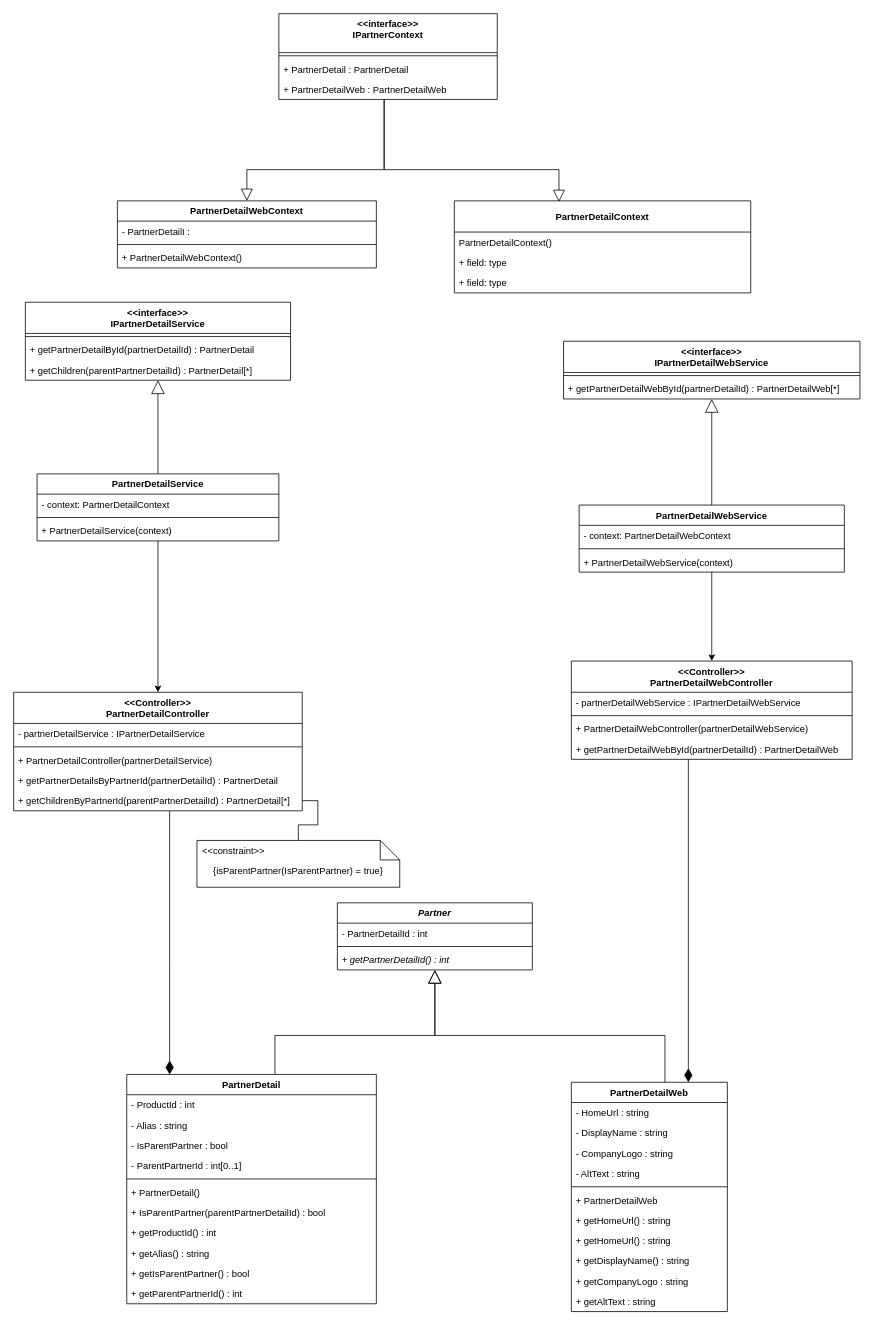
This is ClassDiagramForDisplayRules.drawio from learningCurve89/WorkBasedPortfolios, a draw.io file, before an edit. Source tidied: cells renumbered, new cells numbered last; positions are measured from the earlier drawing's top-left corner, leaving out a move shared by most shapes. Both pictures are drawn from the tidied source at 78%, with x=0, y=0 at pixel (13, 13).
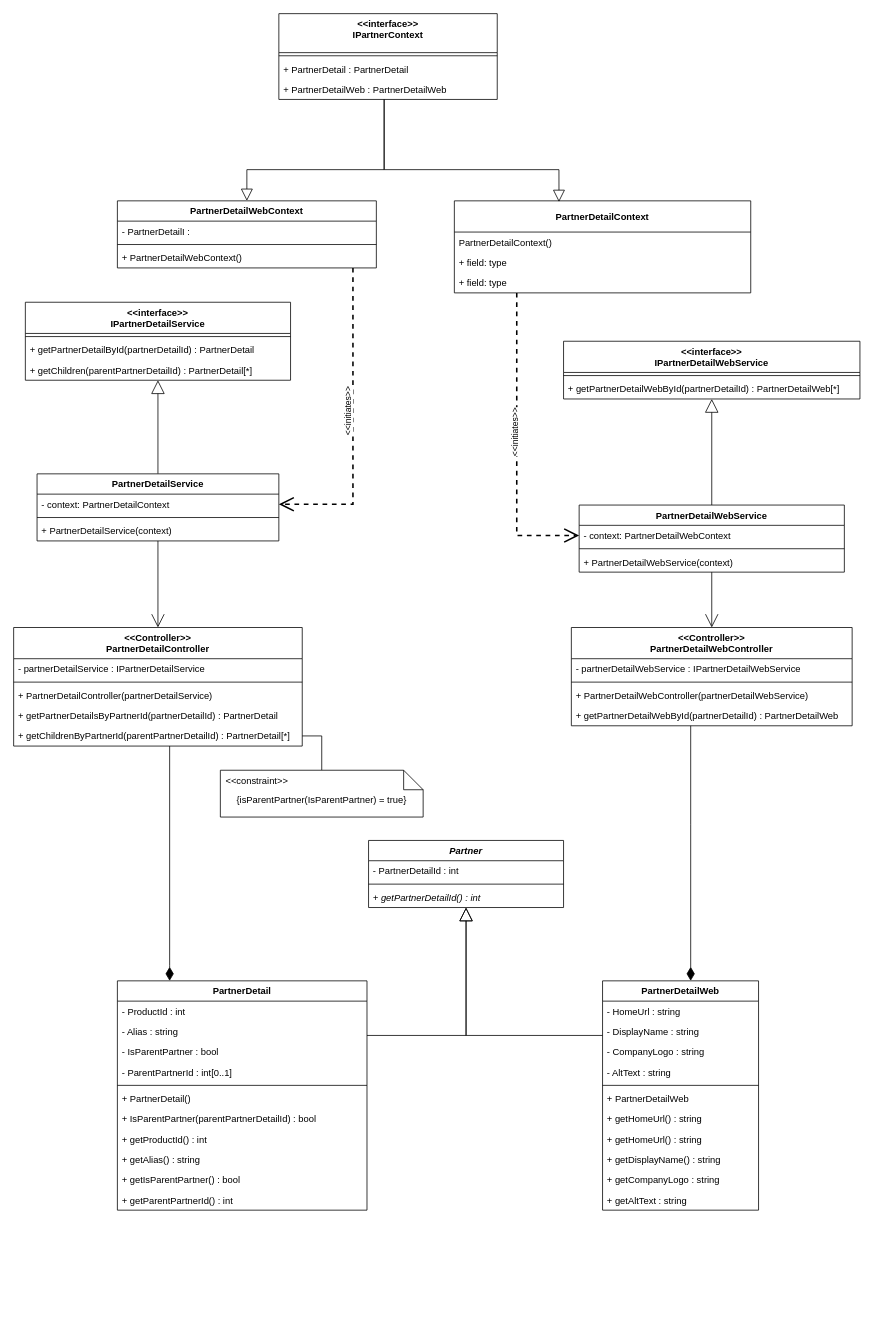
After the change.

The change refers to these unchanged cells:
```xml
<mxCell id="64" value="PartnerDetailService" style="swimlane;fontStyle=1;align=center;verticalAlign=top;horizontal=1;startSize=26;" parent="1" vertex="1">
  <mxGeometry x="30" y="590" width="310" height="86" as="geometry" />
</mxCell>
<mxCell id="65" value="- context: PartnerDetailContext" style="text;strokeColor=none;fillColor=none;align=left;verticalAlign=top;spacingLeft=4;spacingRight=4;overflow=hidden;points=[[0,0.5],[1,0.5]];portConstraint=eastwest;" parent="64" vertex="1">
  <mxGeometry y="26" width="310" height="26" as="geometry" />
</mxCell>
<mxCell id="69" value="PartnerDetailWebService" style="swimlane;fontStyle=1;align=center;verticalAlign=top;horizontal=1;startSize=26;" parent="1" vertex="1">
  <mxGeometry x="725" y="630" width="340" height="86" as="geometry" />
</mxCell>
<mxCell id="70" value="- context: PartnerDetailWebContext" style="text;strokeColor=none;fillColor=none;align=left;verticalAlign=top;spacingLeft=4;spacingRight=4;overflow=hidden;points=[[0,0.5],[1,0.5]];portConstraint=eastwest;" parent="69" vertex="1">
  <mxGeometry y="26" width="340" height="26" as="geometry" />
</mxCell>
<mxCell id="73" value="PartnerDetailContext" style="swimlane;fontStyle=1;horizontal=1;startSize=40;fillColor=none;" parent="1" vertex="1">
  <mxGeometry x="565" y="240" width="380" height="118" as="geometry" />
</mxCell>
<mxCell id="77" value="PartnerDetailWebContext" style="swimlane;fontStyle=1;align=center;verticalAlign=top;horizontal=1;startSize=26;" parent="1" vertex="1">
  <mxGeometry x="133" y="240" width="332" height="86" as="geometry" />
</mxCell>
```

The edit, as a diff of the source:
```diff
@@
     <mxCell id="2" value="PartnerDetail" style="swimlane;fontStyle=1;align=center;verticalAlign=top;horizontal=1;startSize=26;" parent="1" vertex="1">
-      <mxGeometry x="145" y="1360" width="320" height="294" as="geometry" />
+      <mxGeometry x="133" y="1240" width="320" height="294" as="geometry" />
     </mxCell>
@@
-    <mxCell id="14" style="edgeStyle=orthogonalEdgeStyle;rounded=0;jettySize=auto;html=1;entryX=0.75;entryY=0;entryDx=0;entryDy=0;endArrow=diamondThin;endFill=1;endSize=15;strokeWidth=1;" parent="1" edge="1" source="15" target="20">
+    <mxCell id="14" style="edgeStyle=orthogonalEdgeStyle;rounded=0;jettySize=auto;html=1;endArrow=diamondThin;endFill=1;endSize=15;strokeWidth=1;" parent="1" edge="1" source="15" target="20">
       <mxGeometry relative="1" as="geometry">
         <Array as="points">
-          <mxPoint x="865" y="1010" />
-          <mxPoint x="865" y="1010" />
+          <mxPoint x="868" y="1040" />
+          <mxPoint x="868" y="1040" />
         </Array>
       </mxGeometry>
     </mxCell>
     <mxCell id="15" value="&lt;&lt;Controller&gt;&gt;&#10;PartnerDetailWebController" style="swimlane;fontStyle=1;align=center;verticalAlign=top;horizontal=1;startSize=40;" parent="1" vertex="1">
-      <mxGeometry x="715" y="830" width="360" height="126" as="geometry" />
+      <mxGeometry x="715" y="787" width="360" height="126" as="geometry" />
     </mxCell>
@@
     <mxCell id="20" value="PartnerDetailWeb" style="swimlane;fontStyle=1;align=center;verticalAlign=top;horizontal=1;startSize=26;" parent="1" vertex="1">
-      <mxGeometry x="715" y="1370" width="200" height="294" as="geometry" />
+      <mxGeometry x="755" y="1240" width="200" height="294" as="geometry" />
     </mxCell>
@@
     <mxCell id="32" value="Partner" style="swimlane;fontStyle=3;align=center;verticalAlign=top;horizontal=1;startSize=26;" parent="1" vertex="1">
-      <mxGeometry x="415" y="1140" width="250" height="86" as="geometry" />
+      <mxGeometry x="455" y="1060" width="250" height="86" as="geometry" />
     </mxCell>
@@
     <mxCell id="39" value="&lt;&lt;Controller&gt;&gt;&#10;PartnerDetailController" style="swimlane;fontStyle=1;align=center;verticalAlign=top;horizontal=1;startSize=40;" parent="1" vertex="1">
-      <mxGeometry y="870" width="370" height="152" as="geometry" />
+      <mxGeometry y="787" width="370" height="152" as="geometry" />
     </mxCell>
@@
     <mxCell id="46" value="{isParentPartner(IsParentPartner) = true}" style="shape=note2;boundedLbl=1;whiteSpace=wrap;html=1;size=25;verticalAlign=top;align=center;" parent="1" vertex="1">
-      <mxGeometry x="235" y="1060" width="260" height="60" as="geometry" />
+      <mxGeometry x="265" y="970" width="260" height="60" as="geometry" />
     </mxCell>
@@
-    <mxCell id="63" style="edgeStyle=orthogonalEdgeStyle;rounded=0;jettySize=auto;html=1;" parent="1" edge="1" source="64" target="39">
+    <mxCell id="63" style="edgeStyle=orthogonalEdgeStyle;rounded=0;jettySize=auto;html=1;endSize=15;endArrow=open;endFill=0;" parent="1" edge="1" source="64" target="39">
       <mxGeometry relative="1" as="geometry" />
     </mxCell>
@@
-    <mxCell id="68" style="edgeStyle=orthogonalEdgeStyle;rounded=0;jettySize=auto;html=1;" parent="1" edge="1" source="69" target="15">
+    <mxCell id="68" style="edgeStyle=orthogonalEdgeStyle;rounded=0;jettySize=auto;html=1;endSize=15;endArrow=open;endFill=0;" parent="1" edge="1" source="69" target="15">
       <mxGeometry relative="1" as="geometry" />
     </mxCell>
@@
+    <mxCell id="81" style="edgeStyle=orthogonalEdgeStyle;rounded=0;jettySize=auto;html=1;entryX=0;entryY=0.5;entryDx=0;entryDy=0;dashed=1;endArrow=open;endFill=0;endSize=15;strokeWidth=2;" parent="1" edge="1" source="73" target="70">
+      <mxGeometry relative="1" as="geometry">
+        <Array as="points">
+          <mxPoint x="645" y="669" />
+        </Array>
+      </mxGeometry>
+    </mxCell>
+    <mxCell id="82" value="&amp;lt;&amp;lt;initiates&amp;gt;&amp;gt;" style="edgeLabel;html=1;align=center;verticalAlign=middle;rotation=-90;" parent="81" vertex="1">
+      <mxGeometry x="-0.08" y="-3" relative="1" as="geometry" />
+    </mxCell>
@@
+    <mxCell id="83" style="edgeStyle=orthogonalEdgeStyle;rounded=0;jettySize=auto;html=1;entryX=1;entryY=0.5;entryDx=0;entryDy=0;endArrow=open;endFill=0;endSize=15;strokeWidth=2;dashed=1;" parent="1" edge="1" source="77" target="65">
+      <mxGeometry relative="1" as="geometry">
+        <Array as="points">
+          <mxPoint x="435" y="629" />
+        </Array>
+      </mxGeometry>
+    </mxCell>
+    <mxCell id="84" value="&amp;lt;&amp;lt;initiates&amp;gt;&amp;gt;" style="edgeLabel;html=1;align=center;verticalAlign=middle;rotation=-90;" parent="83" vertex="1">
+      <mxGeometry x="-0.07" y="-7" relative="1" as="geometry" />
+    </mxCell>
```
